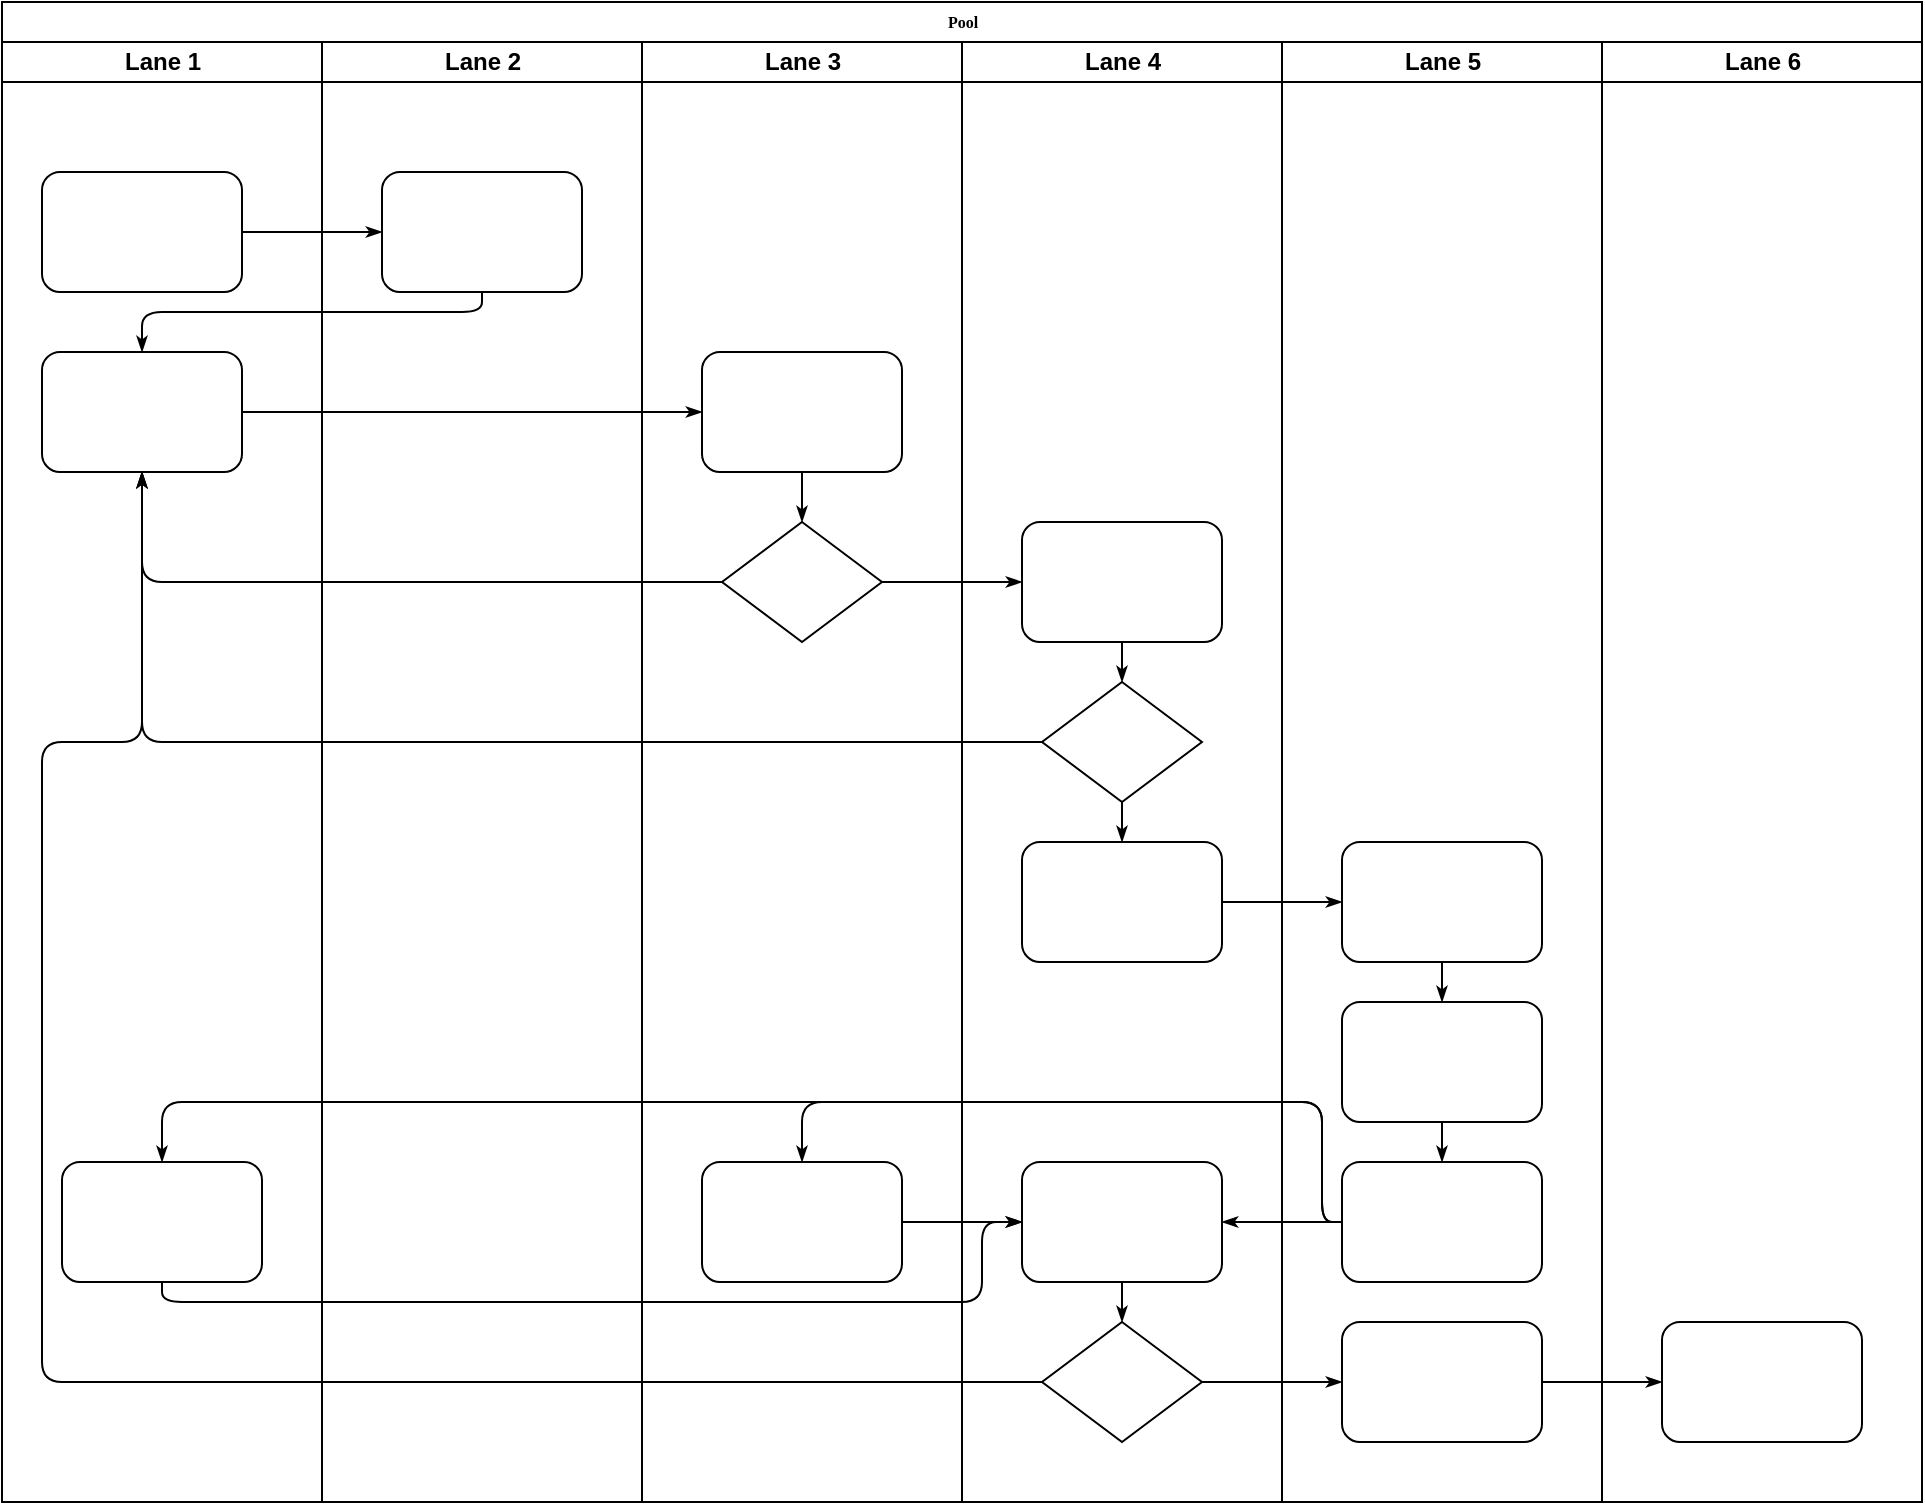
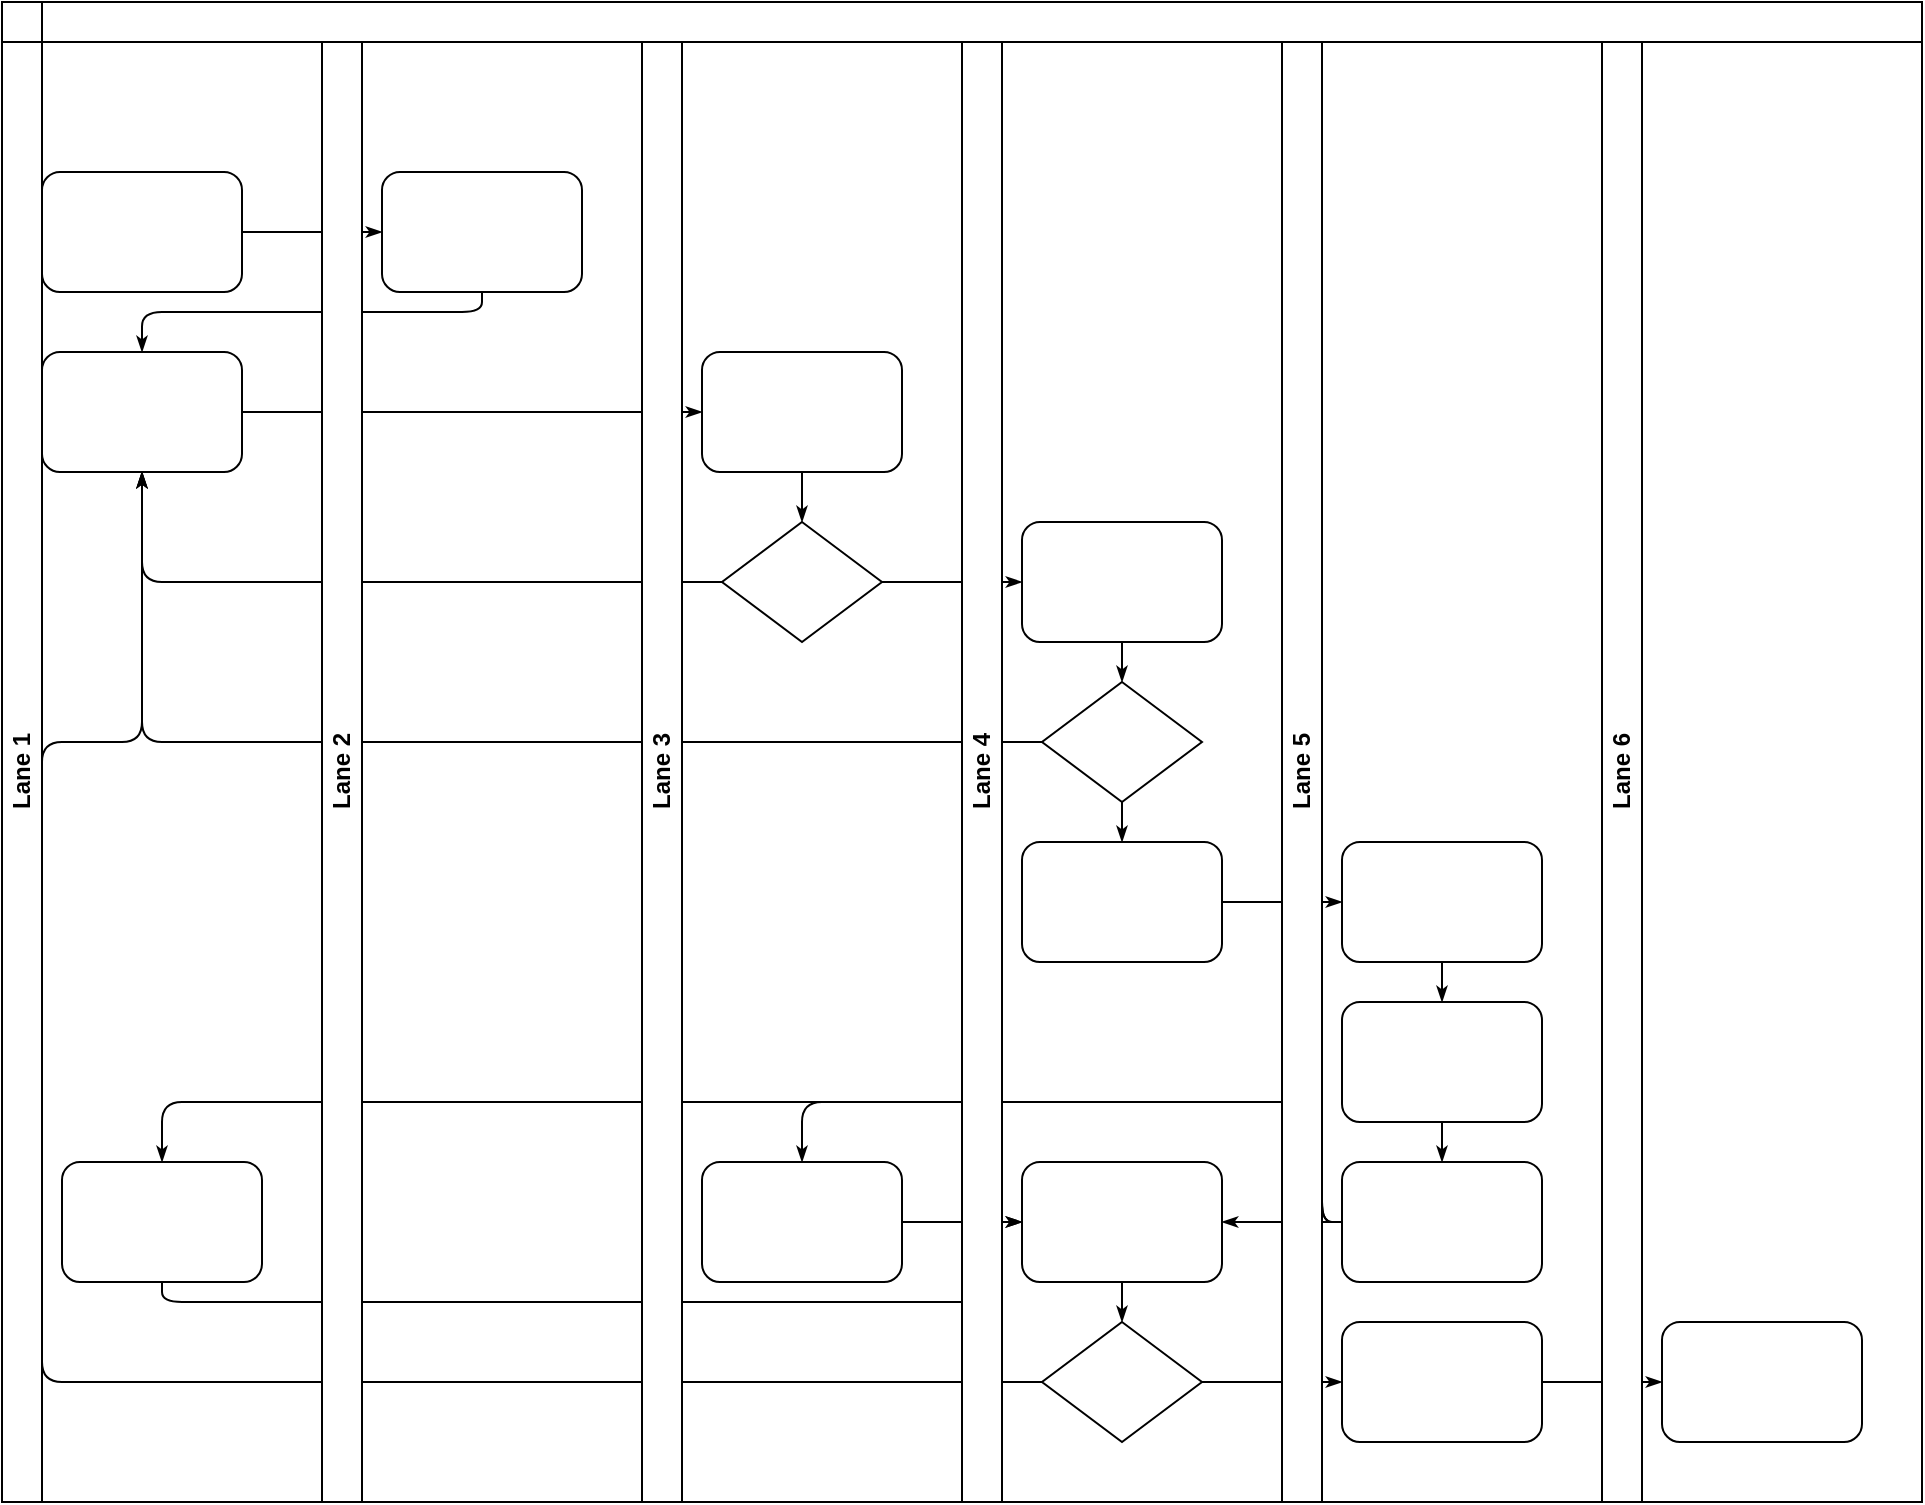
<mxfile host="localhost" modified="2021-05-13T06:26:17.307Z" agent="5.0 (Windows NT 10.0; Win64; x64) AppleWebKit/537.36 (KHTML, like Gecko) Chrome/90.0.4430.212 Safari/537.36" etag="BCXAXoKLO9oIDc7atNh_" version="@DRAWIO-VERSION@" type="device">
  <diagram name="Page-1" id="74e2e168-ea6b-b213-b513-2b3c1d86103e">
    <mxGraphModel dx="1408" dy="748" grid="1" gridSize="10" guides="1" tooltips="1" connect="1" arrows="1" fold="1" page="1" pageScale="1" pageWidth="1100" pageHeight="850" background="none" math="0" shadow="0">
      <root>
        <mxCell id="0" />
        <mxCell id="1" parent="0" />
-         <mxCell id="77e6c97f196da883-1" value="Pool" style="swimlane;html=1;childLayout=stackLayout;startSize=20;rounded=0;shadow=0;labelBackgroundColor=none;strokeWidth=1;fontFamily=Verdana;fontSize=8;align=center;" parent="1" vertex="1">
+         <mxCell id="77e6c97f196da883-1" value="Pool" style="swimlane;html=1;childLayout=stackLayout;horizontal=0;startSize=20;horizontalStack=0;rounded=0;shadow=0;labelBackgroundColor=none;strokeWidth=1;fontFamily=Verdana;fontSize=8;align=center;" parent="1" vertex="1">
          <mxGeometry x="70" y="40" width="960" height="750" as="geometry" />
        </mxCell>
-         <mxCell id="77e6c97f196da883-2" value="Lane 1" style="swimlane;html=1;startSize=20;" parent="77e6c97f196da883-1" vertex="1">
+         <mxCell id="77e6c97f196da883-2" value="Lane 1" style="swimlane;html=1;startSize=20;horizontal=0;" parent="77e6c97f196da883-1" vertex="1">
          <mxGeometry y="20" width="160" height="730" as="geometry" />
        </mxCell>
        <mxCell id="77e6c97f196da883-8" value="" style="rounded=1;whiteSpace=wrap;html=1;shadow=0;labelBackgroundColor=none;strokeWidth=1;fontFamily=Verdana;fontSize=8;align=center;" parent="77e6c97f196da883-2" vertex="1">
          <mxGeometry x="20" y="65" width="100" height="60" as="geometry" />
        </mxCell>
        <mxCell id="77e6c97f196da883-9" value="" style="rounded=1;whiteSpace=wrap;html=1;shadow=0;labelBackgroundColor=none;strokeWidth=1;fontFamily=Verdana;fontSize=8;align=center;" parent="77e6c97f196da883-2" vertex="1">
          <mxGeometry x="20" y="155" width="100" height="60" as="geometry" />
        </mxCell>
        <mxCell id="77e6c97f196da883-10" value="" style="rounded=1;whiteSpace=wrap;html=1;shadow=0;labelBackgroundColor=none;strokeWidth=1;fontFamily=Verdana;fontSize=8;align=center;" parent="77e6c97f196da883-2" vertex="1">
          <mxGeometry x="30" y="560" width="100" height="60" as="geometry" />
        </mxCell>
        <mxCell id="77e6c97f196da883-26" style="edgeStyle=orthogonalEdgeStyle;rounded=1;html=1;labelBackgroundColor=none;startArrow=none;startFill=0;startSize=5;endArrow=classicThin;endFill=1;endSize=5;jettySize=auto;orthogonalLoop=1;strokeWidth=1;fontFamily=Verdana;fontSize=8" parent="77e6c97f196da883-1" source="77e6c97f196da883-8" target="77e6c97f196da883-11" edge="1">
          <mxGeometry relative="1" as="geometry" />
        </mxCell>
        <mxCell id="77e6c97f196da883-27" style="edgeStyle=orthogonalEdgeStyle;rounded=1;html=1;labelBackgroundColor=none;startArrow=none;startFill=0;startSize=5;endArrow=classicThin;endFill=1;endSize=5;jettySize=auto;orthogonalLoop=1;strokeWidth=1;fontFamily=Verdana;fontSize=8" parent="77e6c97f196da883-1" source="77e6c97f196da883-11" target="77e6c97f196da883-9" edge="1">
          <mxGeometry relative="1" as="geometry">
            <Array as="points">
              <mxPoint x="240" y="155" />
              <mxPoint x="70" y="155" />
            </Array>
          </mxGeometry>
        </mxCell>
        <mxCell id="77e6c97f196da883-28" style="edgeStyle=orthogonalEdgeStyle;rounded=1;html=1;labelBackgroundColor=none;startArrow=none;startFill=0;startSize=5;endArrow=classicThin;endFill=1;endSize=5;jettySize=auto;orthogonalLoop=1;strokeWidth=1;fontFamily=Verdana;fontSize=8" parent="77e6c97f196da883-1" source="77e6c97f196da883-9" target="77e6c97f196da883-12" edge="1">
          <mxGeometry relative="1" as="geometry" />
        </mxCell>
        <mxCell id="77e6c97f196da883-30" style="edgeStyle=orthogonalEdgeStyle;rounded=1;html=1;labelBackgroundColor=none;startArrow=none;startFill=0;startSize=5;endArrow=classicThin;endFill=1;endSize=5;jettySize=auto;orthogonalLoop=1;strokeWidth=1;fontFamily=Verdana;fontSize=8" parent="77e6c97f196da883-1" source="77e6c97f196da883-13" target="77e6c97f196da883-9" edge="1">
          <mxGeometry relative="1" as="geometry" />
        </mxCell>
        <mxCell id="77e6c97f196da883-31" style="edgeStyle=orthogonalEdgeStyle;rounded=1;html=1;labelBackgroundColor=none;startArrow=none;startFill=0;startSize=5;endArrow=classicThin;endFill=1;endSize=5;jettySize=auto;orthogonalLoop=1;strokeWidth=1;fontFamily=Verdana;fontSize=8" parent="77e6c97f196da883-1" source="77e6c97f196da883-16" target="77e6c97f196da883-9" edge="1">
          <mxGeometry relative="1" as="geometry" />
        </mxCell>
        <mxCell id="77e6c97f196da883-32" style="edgeStyle=orthogonalEdgeStyle;rounded=1;html=1;labelBackgroundColor=none;startArrow=none;startFill=0;startSize=5;endArrow=classicThin;endFill=1;endSize=5;jettySize=auto;orthogonalLoop=1;strokeWidth=1;fontFamily=Verdana;fontSize=8" parent="77e6c97f196da883-1" source="77e6c97f196da883-20" target="77e6c97f196da883-9" edge="1">
          <mxGeometry relative="1" as="geometry">
            <Array as="points">
              <mxPoint x="20" y="690" />
              <mxPoint x="20" y="370" />
              <mxPoint x="70" y="370" />
            </Array>
          </mxGeometry>
        </mxCell>
        <mxCell id="77e6c97f196da883-33" style="edgeStyle=orthogonalEdgeStyle;rounded=1;html=1;labelBackgroundColor=none;startArrow=none;startFill=0;startSize=5;endArrow=classicThin;endFill=1;endSize=5;jettySize=auto;orthogonalLoop=1;strokeWidth=1;fontFamily=Verdana;fontSize=8" parent="77e6c97f196da883-1" source="77e6c97f196da883-13" target="77e6c97f196da883-15" edge="1">
          <mxGeometry relative="1" as="geometry" />
        </mxCell>
        <mxCell id="77e6c97f196da883-39" style="edgeStyle=orthogonalEdgeStyle;rounded=1;html=1;labelBackgroundColor=none;startArrow=none;startFill=0;startSize=5;endArrow=classicThin;endFill=1;endSize=5;jettySize=auto;orthogonalLoop=1;strokeWidth=1;fontFamily=Verdana;fontSize=8" parent="77e6c97f196da883-1" source="77e6c97f196da883-20" target="77e6c97f196da883-23" edge="1">
          <mxGeometry relative="1" as="geometry" />
        </mxCell>
        <mxCell id="77e6c97f196da883-40" style="edgeStyle=orthogonalEdgeStyle;rounded=1;html=1;labelBackgroundColor=none;startArrow=none;startFill=0;startSize=5;endArrow=classicThin;endFill=1;endSize=5;jettySize=auto;orthogonalLoop=1;strokeWidth=1;fontFamily=Verdana;fontSize=8" parent="77e6c97f196da883-1" source="77e6c97f196da883-23" target="77e6c97f196da883-24" edge="1">
          <mxGeometry relative="1" as="geometry" />
        </mxCell>
        <mxCell id="107ba76e4e335f99-1" style="edgeStyle=orthogonalEdgeStyle;rounded=1;html=1;labelBackgroundColor=none;startArrow=none;startFill=0;startSize=5;endArrow=classicThin;endFill=1;endSize=5;jettySize=auto;orthogonalLoop=1;strokeWidth=1;fontFamily=Verdana;fontSize=8" parent="77e6c97f196da883-1" source="77e6c97f196da883-17" target="77e6c97f196da883-18" edge="1">
          <mxGeometry relative="1" as="geometry" />
        </mxCell>
        <mxCell id="107ba76e4e335f99-2" style="edgeStyle=orthogonalEdgeStyle;rounded=1;html=1;labelBackgroundColor=none;startArrow=none;startFill=0;startSize=5;endArrow=classicThin;endFill=1;endSize=5;jettySize=auto;orthogonalLoop=1;strokeWidth=1;fontFamily=Verdana;fontSize=8" parent="77e6c97f196da883-1" source="77e6c97f196da883-22" target="77e6c97f196da883-14" edge="1">
          <mxGeometry relative="1" as="geometry">
            <Array as="points">
              <mxPoint x="660" y="610" />
              <mxPoint x="660" y="550" />
              <mxPoint x="400" y="550" />
            </Array>
          </mxGeometry>
        </mxCell>
        <mxCell id="107ba76e4e335f99-3" style="edgeStyle=orthogonalEdgeStyle;rounded=1;html=1;labelBackgroundColor=none;startArrow=none;startFill=0;startSize=5;endArrow=classicThin;endFill=1;endSize=5;jettySize=auto;orthogonalLoop=1;strokeColor=#000000;strokeWidth=1;fontFamily=Verdana;fontSize=8;fontColor=#000000;" parent="77e6c97f196da883-1" source="77e6c97f196da883-22" target="77e6c97f196da883-19" edge="1">
          <mxGeometry relative="1" as="geometry" />
        </mxCell>
        <mxCell id="107ba76e4e335f99-4" style="edgeStyle=orthogonalEdgeStyle;rounded=1;html=1;labelBackgroundColor=none;startArrow=none;startFill=0;startSize=5;endArrow=classicThin;endFill=1;endSize=5;jettySize=auto;orthogonalLoop=1;strokeWidth=1;fontFamily=Verdana;fontSize=8" parent="77e6c97f196da883-1" source="77e6c97f196da883-22" target="77e6c97f196da883-10" edge="1">
          <mxGeometry relative="1" as="geometry">
            <Array as="points">
              <mxPoint x="660" y="610" />
              <mxPoint x="660" y="550" />
              <mxPoint x="80" y="550" />
            </Array>
          </mxGeometry>
        </mxCell>
        <mxCell id="107ba76e4e335f99-5" style="edgeStyle=orthogonalEdgeStyle;rounded=1;html=1;labelBackgroundColor=none;startArrow=none;startFill=0;startSize=5;endArrow=classicThin;endFill=1;endSize=5;jettySize=auto;orthogonalLoop=1;strokeWidth=1;fontFamily=Verdana;fontSize=8" parent="77e6c97f196da883-1" source="77e6c97f196da883-10" target="77e6c97f196da883-19" edge="1">
          <mxGeometry relative="1" as="geometry">
            <Array as="points">
              <mxPoint x="80" y="650" />
              <mxPoint x="490" y="650" />
              <mxPoint x="490" y="610" />
            </Array>
          </mxGeometry>
        </mxCell>
        <mxCell id="107ba76e4e335f99-6" style="edgeStyle=orthogonalEdgeStyle;rounded=1;html=1;labelBackgroundColor=none;startArrow=none;startFill=0;startSize=5;endArrow=classicThin;endFill=1;endSize=5;jettySize=auto;orthogonalLoop=1;strokeWidth=1;fontFamily=Verdana;fontSize=8" parent="77e6c97f196da883-1" source="77e6c97f196da883-14" target="77e6c97f196da883-19" edge="1">
          <mxGeometry relative="1" as="geometry" />
        </mxCell>
-         <mxCell id="77e6c97f196da883-3" value="Lane 2" style="swimlane;html=1;startSize=20;" parent="77e6c97f196da883-1" vertex="1">
+         <mxCell id="77e6c97f196da883-3" value="Lane 2" style="swimlane;html=1;startSize=20;horizontal=0;" parent="77e6c97f196da883-1" vertex="1">
          <mxGeometry x="160" y="20" width="160" height="730" as="geometry" />
        </mxCell>
        <mxCell id="77e6c97f196da883-11" value="" style="rounded=1;whiteSpace=wrap;html=1;shadow=0;labelBackgroundColor=none;strokeWidth=1;fontFamily=Verdana;fontSize=8;align=center;" parent="77e6c97f196da883-3" vertex="1">
          <mxGeometry x="30" y="65" width="100" height="60" as="geometry" />
        </mxCell>
-         <mxCell id="77e6c97f196da883-4" value="Lane 3" style="swimlane;html=1;startSize=20;" parent="77e6c97f196da883-1" vertex="1">
+         <mxCell id="77e6c97f196da883-4" value="Lane 3" style="swimlane;html=1;startSize=20;horizontal=0;" parent="77e6c97f196da883-1" vertex="1">
          <mxGeometry x="320" y="20" width="160" height="730" as="geometry" />
        </mxCell>
        <mxCell id="77e6c97f196da883-12" value="" style="rounded=1;whiteSpace=wrap;html=1;shadow=0;labelBackgroundColor=none;strokeWidth=1;fontFamily=Verdana;fontSize=8;align=center;" parent="77e6c97f196da883-4" vertex="1">
          <mxGeometry x="30" y="155" width="100" height="60" as="geometry" />
        </mxCell>
        <mxCell id="77e6c97f196da883-13" value="" style="rhombus;whiteSpace=wrap;html=1;rounded=0;shadow=0;labelBackgroundColor=none;strokeWidth=1;fontFamily=Verdana;fontSize=8;align=center;" parent="77e6c97f196da883-4" vertex="1">
          <mxGeometry x="40" y="240" width="80" height="60" as="geometry" />
        </mxCell>
        <mxCell id="77e6c97f196da883-14" value="" style="rounded=1;whiteSpace=wrap;html=1;shadow=0;labelBackgroundColor=none;strokeWidth=1;fontFamily=Verdana;fontSize=8;align=center;" parent="77e6c97f196da883-4" vertex="1">
          <mxGeometry x="30" y="560" width="100" height="60" as="geometry" />
        </mxCell>
        <mxCell id="77e6c97f196da883-29" style="edgeStyle=orthogonalEdgeStyle;rounded=1;html=1;labelBackgroundColor=none;startArrow=none;startFill=0;startSize=5;endArrow=classicThin;endFill=1;endSize=5;jettySize=auto;orthogonalLoop=1;strokeWidth=1;fontFamily=Verdana;fontSize=8" parent="77e6c97f196da883-4" source="77e6c97f196da883-12" target="77e6c97f196da883-13" edge="1">
          <mxGeometry relative="1" as="geometry" />
        </mxCell>
-         <mxCell id="77e6c97f196da883-5" value="Lane 4" style="swimlane;html=1;startSize=20;" parent="77e6c97f196da883-1" vertex="1">
+         <mxCell id="77e6c97f196da883-5" value="Lane 4" style="swimlane;html=1;startSize=20;horizontal=0;" parent="77e6c97f196da883-1" vertex="1">
          <mxGeometry x="480" y="20" width="160" height="730" as="geometry" />
        </mxCell>
        <mxCell id="77e6c97f196da883-15" value="" style="rounded=1;whiteSpace=wrap;html=1;shadow=0;labelBackgroundColor=none;strokeWidth=1;fontFamily=Verdana;fontSize=8;align=center;" parent="77e6c97f196da883-5" vertex="1">
          <mxGeometry x="30" y="240" width="100" height="60" as="geometry" />
        </mxCell>
        <mxCell id="77e6c97f196da883-16" value="" style="rhombus;whiteSpace=wrap;html=1;rounded=0;shadow=0;labelBackgroundColor=none;strokeWidth=1;fontFamily=Verdana;fontSize=8;align=center;" parent="77e6c97f196da883-5" vertex="1">
          <mxGeometry x="40" y="320" width="80" height="60" as="geometry" />
        </mxCell>
        <mxCell id="77e6c97f196da883-17" value="" style="rounded=1;whiteSpace=wrap;html=1;shadow=0;labelBackgroundColor=none;strokeWidth=1;fontFamily=Verdana;fontSize=8;align=center;" parent="77e6c97f196da883-5" vertex="1">
          <mxGeometry x="30" y="400" width="100" height="60" as="geometry" />
        </mxCell>
        <mxCell id="77e6c97f196da883-19" value="" style="rounded=1;whiteSpace=wrap;html=1;shadow=0;labelBackgroundColor=none;strokeWidth=1;fontFamily=Verdana;fontSize=8;align=center;" parent="77e6c97f196da883-5" vertex="1">
          <mxGeometry x="30" y="560" width="100" height="60" as="geometry" />
        </mxCell>
        <mxCell id="77e6c97f196da883-20" value="" style="rhombus;whiteSpace=wrap;html=1;rounded=0;shadow=0;labelBackgroundColor=none;strokeWidth=1;fontFamily=Verdana;fontSize=8;align=center;" parent="77e6c97f196da883-5" vertex="1">
          <mxGeometry x="40" y="640" width="80" height="60" as="geometry" />
        </mxCell>
        <mxCell id="77e6c97f196da883-34" style="edgeStyle=orthogonalEdgeStyle;rounded=1;html=1;labelBackgroundColor=none;startArrow=none;startFill=0;startSize=5;endArrow=classicThin;endFill=1;endSize=5;jettySize=auto;orthogonalLoop=1;strokeColor=#000000;strokeWidth=1;fontFamily=Verdana;fontSize=8;fontColor=#000000;" parent="77e6c97f196da883-5" source="77e6c97f196da883-15" target="77e6c97f196da883-16" edge="1">
          <mxGeometry relative="1" as="geometry" />
        </mxCell>
        <mxCell id="77e6c97f196da883-35" style="edgeStyle=orthogonalEdgeStyle;rounded=1;html=1;labelBackgroundColor=none;startArrow=none;startFill=0;startSize=5;endArrow=classicThin;endFill=1;endSize=5;jettySize=auto;orthogonalLoop=1;strokeWidth=1;fontFamily=Verdana;fontSize=8" parent="77e6c97f196da883-5" source="77e6c97f196da883-16" target="77e6c97f196da883-17" edge="1">
          <mxGeometry relative="1" as="geometry" />
        </mxCell>
        <mxCell id="77e6c97f196da883-36" style="edgeStyle=orthogonalEdgeStyle;rounded=1;html=1;labelBackgroundColor=none;startArrow=none;startFill=0;startSize=5;endArrow=classicThin;endFill=1;endSize=5;jettySize=auto;orthogonalLoop=1;strokeWidth=1;fontFamily=Verdana;fontSize=8" parent="77e6c97f196da883-5" source="77e6c97f196da883-19" target="77e6c97f196da883-20" edge="1">
          <mxGeometry relative="1" as="geometry" />
        </mxCell>
-         <mxCell id="77e6c97f196da883-6" value="Lane 5" style="swimlane;html=1;startSize=20;" parent="77e6c97f196da883-1" vertex="1">
+         <mxCell id="77e6c97f196da883-6" value="Lane 5" style="swimlane;html=1;startSize=20;horizontal=0;" parent="77e6c97f196da883-1" vertex="1">
          <mxGeometry x="640" y="20" width="160" height="730" as="geometry" />
        </mxCell>
        <mxCell id="77e6c97f196da883-18" value="" style="rounded=1;whiteSpace=wrap;html=1;shadow=0;labelBackgroundColor=none;strokeWidth=1;fontFamily=Verdana;fontSize=8;align=center;" parent="77e6c97f196da883-6" vertex="1">
          <mxGeometry x="30" y="400" width="100" height="60" as="geometry" />
        </mxCell>
        <mxCell id="77e6c97f196da883-21" value="" style="rounded=1;whiteSpace=wrap;html=1;shadow=0;labelBackgroundColor=none;strokeWidth=1;fontFamily=Verdana;fontSize=8;align=center;" parent="77e6c97f196da883-6" vertex="1">
          <mxGeometry x="30" y="480" width="100" height="60" as="geometry" />
        </mxCell>
        <mxCell id="77e6c97f196da883-22" value="" style="rounded=1;whiteSpace=wrap;html=1;shadow=0;labelBackgroundColor=none;strokeWidth=1;fontFamily=Verdana;fontSize=8;align=center;" parent="77e6c97f196da883-6" vertex="1">
          <mxGeometry x="30" y="560" width="100" height="60" as="geometry" />
        </mxCell>
        <mxCell id="77e6c97f196da883-23" value="" style="rounded=1;whiteSpace=wrap;html=1;shadow=0;labelBackgroundColor=none;strokeWidth=1;fontFamily=Verdana;fontSize=8;align=center;" parent="77e6c97f196da883-6" vertex="1">
          <mxGeometry x="30" y="640" width="100" height="60" as="geometry" />
        </mxCell>
        <mxCell id="77e6c97f196da883-37" style="edgeStyle=orthogonalEdgeStyle;rounded=1;html=1;labelBackgroundColor=none;startArrow=none;startFill=0;startSize=5;endArrow=classicThin;endFill=1;endSize=5;jettySize=auto;orthogonalLoop=1;strokeWidth=1;fontFamily=Verdana;fontSize=8" parent="77e6c97f196da883-6" source="77e6c97f196da883-18" target="77e6c97f196da883-21" edge="1">
          <mxGeometry relative="1" as="geometry" />
        </mxCell>
        <mxCell id="77e6c97f196da883-38" style="edgeStyle=orthogonalEdgeStyle;rounded=1;html=1;labelBackgroundColor=none;startArrow=none;startFill=0;startSize=5;endArrow=classicThin;endFill=1;endSize=5;jettySize=auto;orthogonalLoop=1;strokeWidth=1;fontFamily=Verdana;fontSize=8" parent="77e6c97f196da883-6" source="77e6c97f196da883-21" target="77e6c97f196da883-22" edge="1">
          <mxGeometry relative="1" as="geometry" />
        </mxCell>
-         <mxCell id="77e6c97f196da883-7" value="Lane 6" style="swimlane;html=1;startSize=20;" parent="77e6c97f196da883-1" vertex="1">
+         <mxCell id="77e6c97f196da883-7" value="Lane 6" style="swimlane;html=1;startSize=20;horizontal=0;" parent="77e6c97f196da883-1" vertex="1">
          <mxGeometry x="800" y="20" width="160" height="730" as="geometry" />
        </mxCell>
        <mxCell id="77e6c97f196da883-24" value="" style="rounded=1;whiteSpace=wrap;html=1;shadow=0;labelBackgroundColor=none;strokeWidth=1;fontFamily=Verdana;fontSize=8;align=center;" parent="77e6c97f196da883-7" vertex="1">
          <mxGeometry x="30" y="640" width="100" height="60" as="geometry" />
        </mxCell>
      </root>
    </mxGraphModel>
  </diagram>
</mxfile>
